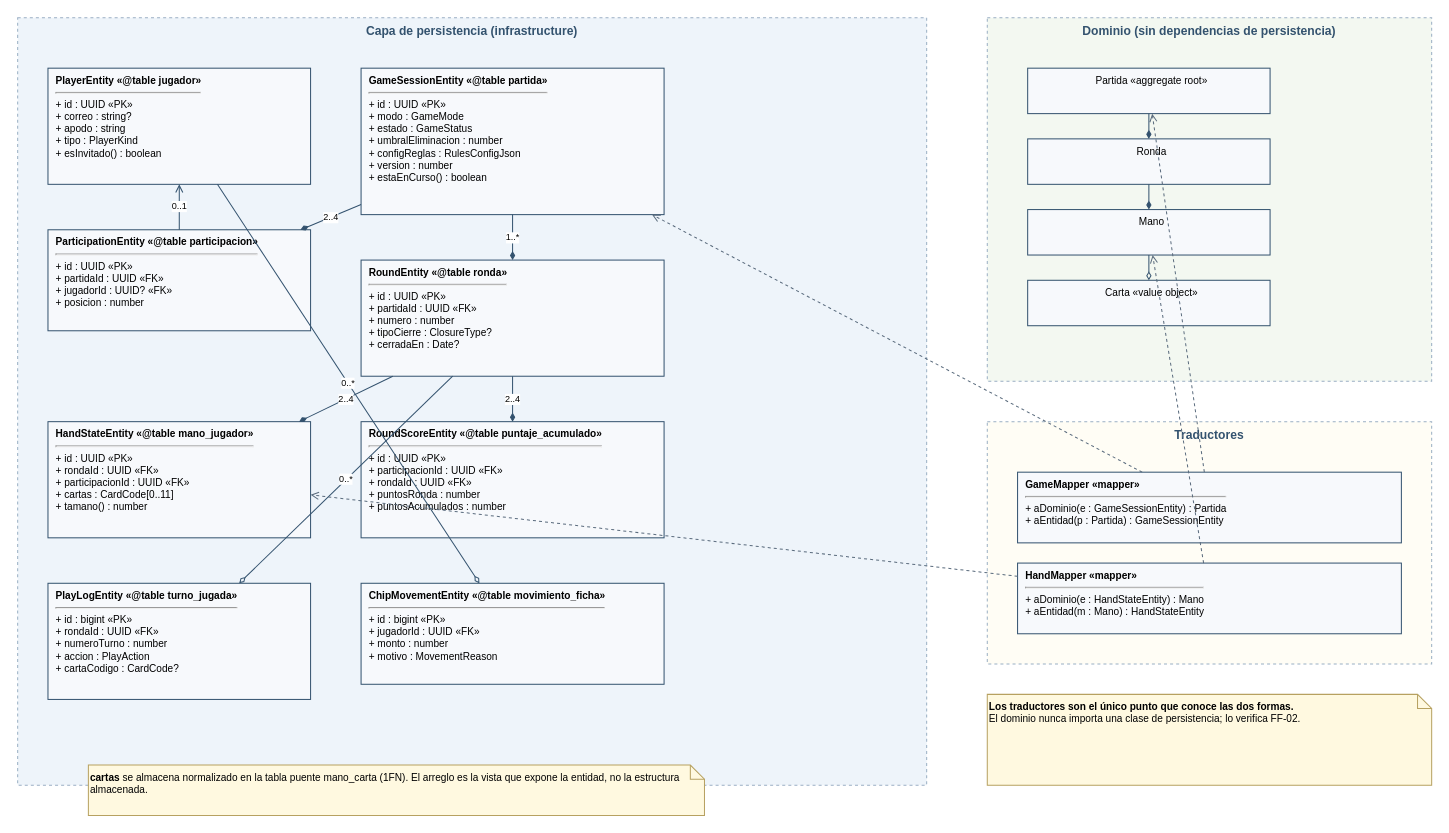
Before: models/uml/clases-persistencia.drawio in Dev-Mao/apuntado, a draw.io diagram. Source tidied: cells renumbered, new cells numbered last; positions are measured from the earlier drawing's top-left corner, leaving out a move shared by most shapes. Both pictures are drawn from the tidied source at 101%, with x=0, y=0 at pixel (17, 17).
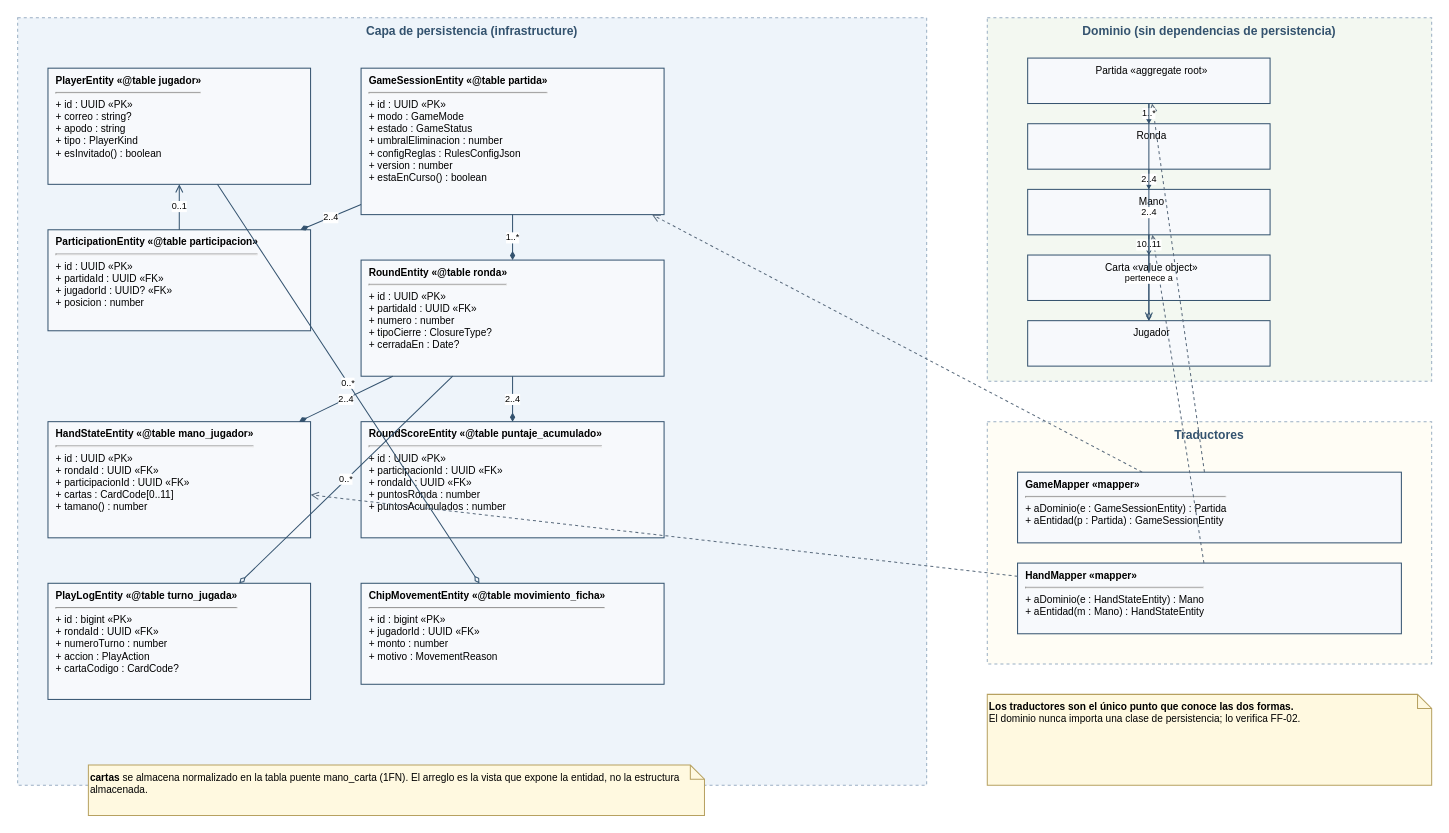
The same diagram, later.

Commit message (it also covers changes not shown here):
fix(models): connect Jugador in the persistence class diagram

Jugador had no relations in the domain box. Add Partida aggregates Jugador
and Mano belongs to Jugador, plus multiplicities on the other associations.

The edit, as a diff of the source:
```diff
@@
     <mxCell id="12" value="Partida «aggregate root»" style="rounded=0;whiteSpace=wrap;html=1;align=left;verticalAlign=top;spacingLeft=6;fillColor=#F7F9FC;strokeColor=#33526E;fontSize=10;align=center;" parent="1" vertex="1">
-      <mxGeometry x="1000" y="50" width="240" height="45" as="geometry" />
+      <mxGeometry x="1000" y="40" width="240" height="45" as="geometry" />
     </mxCell>
     <mxCell id="13" value="Ronda" style="rounded=0;whiteSpace=wrap;html=1;align=left;verticalAlign=top;spacingLeft=6;fillColor=#F7F9FC;strokeColor=#33526E;fontSize=10;align=center;" parent="1" vertex="1">
-      <mxGeometry x="1000" y="120" width="240" height="45" as="geometry" />
+      <mxGeometry x="1000" y="105" width="240" height="45" as="geometry" />
     </mxCell>
     <mxCell id="14" value="Mano" style="rounded=0;whiteSpace=wrap;html=1;align=left;verticalAlign=top;spacingLeft=6;fillColor=#F7F9FC;strokeColor=#33526E;fontSize=10;align=center;" parent="1" vertex="1">
-      <mxGeometry x="1000" y="190" width="240" height="45" as="geometry" />
+      <mxGeometry x="1000" y="170" width="240" height="45" as="geometry" />
     </mxCell>
     <mxCell id="15" value="Carta «value object»" style="rounded=0;whiteSpace=wrap;html=1;align=left;verticalAlign=top;spacingLeft=6;fillColor=#F7F9FC;strokeColor=#33526E;fontSize=10;align=center;" parent="1" vertex="1">
-      <mxGeometry x="1000" y="260" width="240" height="45" as="geometry" />
+      <mxGeometry x="1000" y="235" width="240" height="45" as="geometry" />
     </mxCell>
+    <mxCell id="35" value="Jugador" style="rounded=0;whiteSpace=wrap;html=1;align=left;verticalAlign=top;spacingLeft=6;fillColor=#F7F9FC;strokeColor=#33526E;fontSize=10;align=center;" parent="1" vertex="1">
+      <mxGeometry x="1000" y="300" width="240" height="45" as="geometry" />
+    </mxCell>
@@
-    <mxCell id="30" style="endArrow=diamondThin;endFill=1;html=1;strokeColor=#33526E;fontSize=9;" parent="1" edge="1" source="12" target="13">
+    <mxCell id="30" value="1..*" style="endArrow=diamondThin;endFill=1;html=1;strokeColor=#33526E;fontSize=9;" parent="1" edge="1" source="12" target="13">
       <mxGeometry relative="1" as="geometry" />
     </mxCell>
-    <mxCell id="31" style="endArrow=diamondThin;endFill=1;html=1;strokeColor=#33526E;fontSize=9;" parent="1" edge="1" source="13" target="14">
+    <mxCell id="31" value="2..4" style="endArrow=diamondThin;endFill=1;html=1;strokeColor=#33526E;fontSize=9;" parent="1" edge="1" source="13" target="14">
       <mxGeometry relative="1" as="geometry" />
     </mxCell>
-    <mxCell id="32" style="endArrow=diamondThin;endFill=0;html=1;strokeColor=#33526E;fontSize=9;" parent="1" edge="1" source="14" target="15">
+    <mxCell id="32" value="10..11" style="endArrow=diamondThin;endFill=0;html=1;strokeColor=#33526E;fontSize=9;" parent="1" edge="1" source="14" target="15">
       <mxGeometry relative="1" as="geometry" />
     </mxCell>
+    <mxCell id="36" value="2..4" style="endArrow=diamondThin;endFill=0;html=1;strokeColor=#33526E;fontSize=9;" parent="1" edge="1" source="12" target="35">
+      <mxGeometry relative="1" as="geometry" />
+    </mxCell>
+    <mxCell id="37" value="pertenece a" style="endArrow=open;html=1;strokeColor=#33526E;fontSize=9;" parent="1" edge="1" source="14" target="35">
+      <mxGeometry relative="1" as="geometry" />
+    </mxCell>
```
